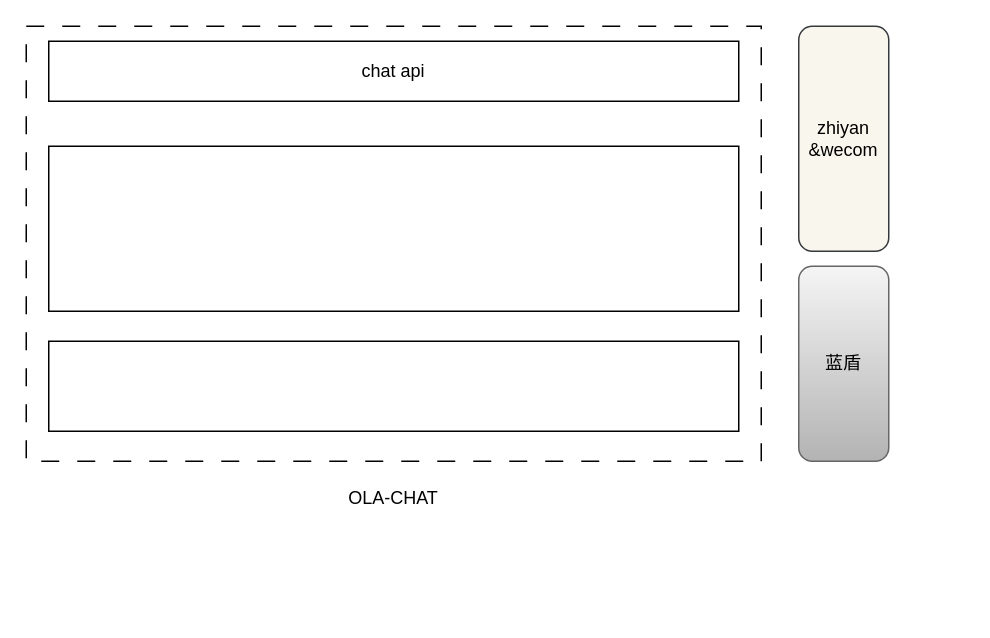
learn2Pro/draw_io_save keeps this draw.io diagram as ola_chat_infra.drawio. Above is the earlier version. Source tidied: cells renumbered, new cells numbered last; positions are measured from the earlier drawing's top-left corner, leaving out a move shared by most shapes. Both pictures are drawn from the tidied source at 150%, with x=0, y=0 at pixel (26, 26).
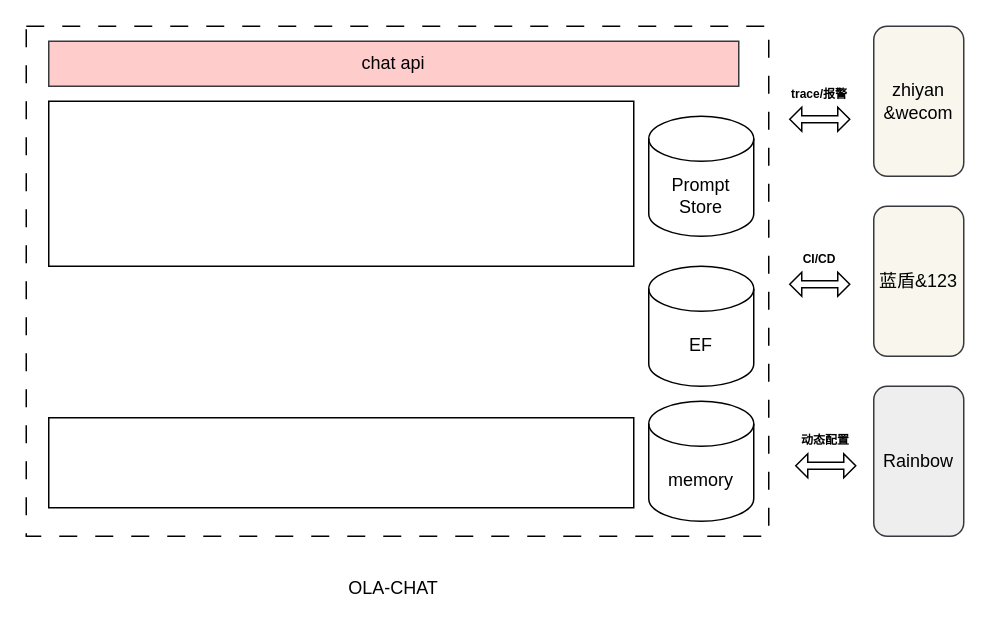
The same page after the edit.

Diff of the diagram source:
```diff
@@
     <mxCell id="2" style="rounded=0;whiteSpace=wrap;html=1;fillColor=none;dashed=1;dashPattern=12 12;" parent="1" vertex="1">
-      <mxGeometry width="490" height="290" as="geometry" />
+      <mxGeometry width="495" height="340" as="geometry" />
     </mxCell>
     <mxCell id="3" style="rounded=0;whiteSpace=wrap;html=1;" parent="1" vertex="1">
-      <mxGeometry x="15" y="80" width="460" height="110" as="geometry" />
+      <mxGeometry x="15" y="50" width="390" height="110" as="geometry" />
     </mxCell>
-    <mxCell id="4" value="chat api" style="rounded=0;whiteSpace=wrap;html=1;" parent="1" vertex="1">
-      <mxGeometry x="15" y="10" width="460" height="40" as="geometry" />
+    <mxCell id="4" value="chat api" style="rounded=0;whiteSpace=wrap;html=1;fillColor=#ffcccc;strokeColor=#36393d;" parent="1" vertex="1">
+      <mxGeometry x="15" y="10" width="460" height="30" as="geometry" />
     </mxCell>
     <mxCell id="5" value="OLA-CHAT" style="text;html=1;strokeColor=none;fillColor=none;align=center;verticalAlign=middle;whiteSpace=wrap;rounded=0;" parent="1" vertex="1">
-      <mxGeometry x="207" y="300" width="76" height="30" as="geometry" />
+      <mxGeometry x="207" y="360" width="76" height="30" as="geometry" />
     </mxCell>
     <mxCell id="6" value="zhiyan&lt;br&gt;&amp;amp;wecom" style="rounded=1;whiteSpace=wrap;html=1;fillColor=#f9f7ed;strokeColor=#36393d;" parent="1" vertex="1">
-      <mxGeometry x="515" width="60" height="150" as="geometry" />
+      <mxGeometry x="565" width="60" height="100" as="geometry" />
     </mxCell>
-    <mxCell id="7" value="蓝盾" style="rounded=1;whiteSpace=wrap;html=1;fillColor=#f5f5f5;gradientColor=#b3b3b3;strokeColor=#666666;" parent="1" vertex="1">
-      <mxGeometry x="515" y="160" width="60" height="130" as="geometry" />
+    <mxCell id="7" value="蓝盾&amp;amp;123" style="rounded=1;whiteSpace=wrap;html=1;fillColor=#f9f7ed;strokeColor=#36393d;" parent="1" vertex="1">
+      <mxGeometry x="565" y="120" width="60" height="100" as="geometry" />
     </mxCell>
     <mxCell id="8" style="rounded=0;whiteSpace=wrap;html=1;" parent="1" vertex="1">
-      <mxGeometry x="15" y="210" width="460" height="60" as="geometry" />
+      <mxGeometry x="15" y="261" width="390" height="60" as="geometry" />
     </mxCell>
+    <mxCell id="9" value="memory" style="shape=cylinder3;whiteSpace=wrap;html=1;boundedLbl=1;backgroundOutline=1;size=15;" parent="1" vertex="1">
+      <mxGeometry x="415" y="250" width="70" height="80" as="geometry" />
+    </mxCell>
+    <mxCell id="10" value="EF" style="shape=cylinder3;whiteSpace=wrap;html=1;boundedLbl=1;backgroundOutline=1;size=15;" parent="1" vertex="1">
+      <mxGeometry x="415" y="160" width="70" height="80" as="geometry" />
+    </mxCell>
+    <mxCell id="11" value="Prompt&lt;br&gt;Store" style="shape=cylinder3;whiteSpace=wrap;html=1;boundedLbl=1;backgroundOutline=1;size=15;" parent="1" vertex="1">
+      <mxGeometry x="415" y="60" width="70" height="80" as="geometry" />
+    </mxCell>
+    <mxCell id="12" value="Rainbow" style="rounded=1;whiteSpace=wrap;html=1;fillColor=#eeeeee;strokeColor=#36393d;" parent="1" vertex="1">
+      <mxGeometry x="565" y="240" width="60" height="100" as="geometry" />
+    </mxCell>
+    <mxCell id="13" style="group;" parent="1" vertex="1">
+      <mxGeometry x="499" y="30" width="60" height="40" as="geometry" />
+    </mxCell>
+    <mxCell id="14" value="&lt;b&gt;trace/报警&lt;/b&gt;" style="text;html=1;strokeColor=none;fillColor=none;align=center;verticalAlign=middle;whiteSpace=wrap;rounded=0;fontSize=8;" parent="13" vertex="1">
+      <mxGeometry width="60" height="30" as="geometry" />
+    </mxCell>
+    <mxCell id="15" style="shape=doubleArrow;whiteSpace=wrap;html=1;" parent="13" vertex="1">
+      <mxGeometry x="10" y="24" width="40" height="16" as="geometry" />
+    </mxCell>
+    <mxCell id="16" style="group;" parent="1" vertex="1">
+      <mxGeometry x="499" y="140" width="60" height="40" as="geometry" />
+    </mxCell>
+    <mxCell id="17" style="group;" parent="16" vertex="1">
+      <mxGeometry width="60" height="40" as="geometry" />
+    </mxCell>
+    <mxCell id="18" style="shape=doubleArrow;whiteSpace=wrap;html=1;" parent="17" vertex="1">
+      <mxGeometry x="10" y="24" width="40" height="16" as="geometry" />
+    </mxCell>
+    <mxCell id="19" value="&lt;b&gt;CI/CD&lt;/b&gt;" style="text;html=1;strokeColor=none;fillColor=none;align=center;verticalAlign=middle;whiteSpace=wrap;rounded=0;fontSize=8;" parent="16" vertex="1">
+      <mxGeometry width="60" height="30" as="geometry" />
+    </mxCell>
+    <mxCell id="20" style="group;" parent="1" vertex="1">
+      <mxGeometry x="503" y="261" width="60" height="40" as="geometry" />
+    </mxCell>
+    <mxCell id="21" style="group;" parent="20" vertex="1">
+      <mxGeometry width="60" height="40" as="geometry" />
+    </mxCell>
+    <mxCell id="22" style="shape=doubleArrow;whiteSpace=wrap;html=1;" parent="21" vertex="1">
+      <mxGeometry x="10" y="24" width="40" height="16" as="geometry" />
+    </mxCell>
+    <mxCell id="23" value="&lt;b&gt;动态配置&lt;/b&gt;" style="text;html=1;strokeColor=none;fillColor=none;align=center;verticalAlign=middle;whiteSpace=wrap;rounded=0;fontSize=8;" parent="20" vertex="1">
+      <mxGeometry width="60" height="30" as="geometry" />
+    </mxCell>
```
